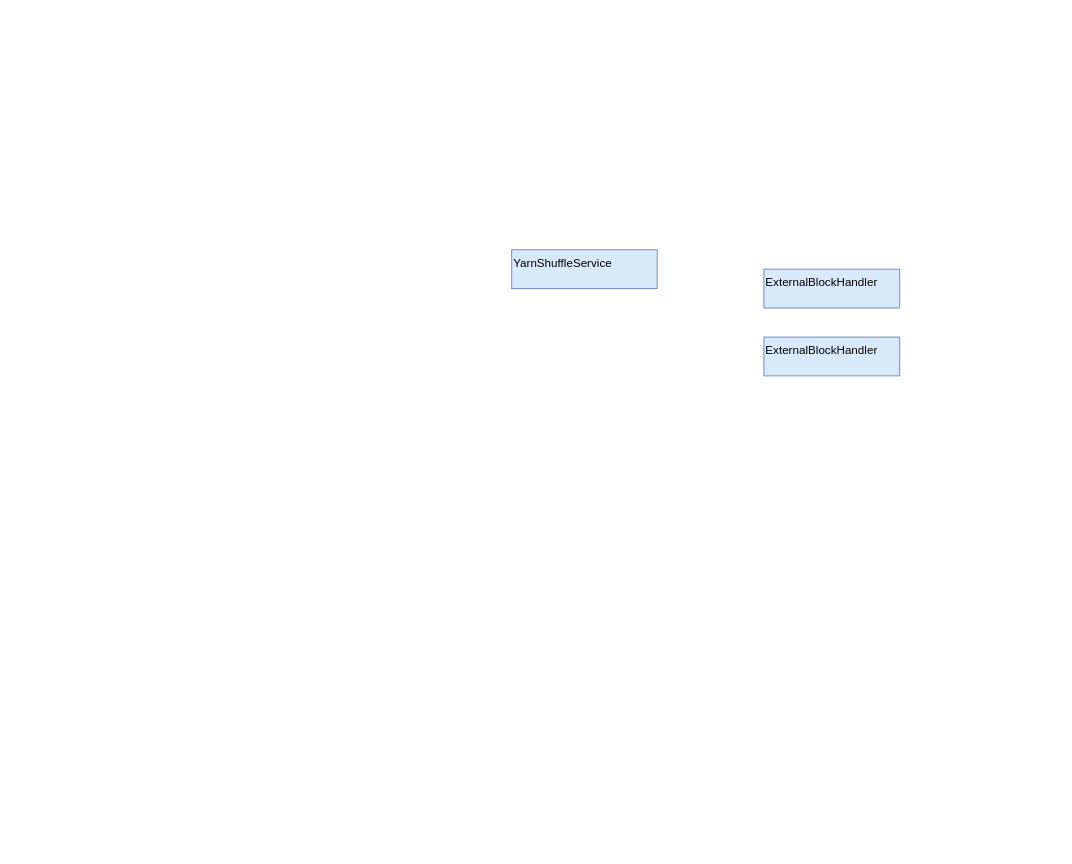
Earlier version of the draw.io diagram me-test/drawio/Spark ESS.drawio (vajaw/spark-3.1.2). Source tidied: cells renumbered, new cells numbered last; positions are measured from the earlier drawing's top-left corner, leaving out a move shared by most shapes. Both pictures are drawn from the tidied source at 97%, with x=0, y=0 at pixel (511, 191).
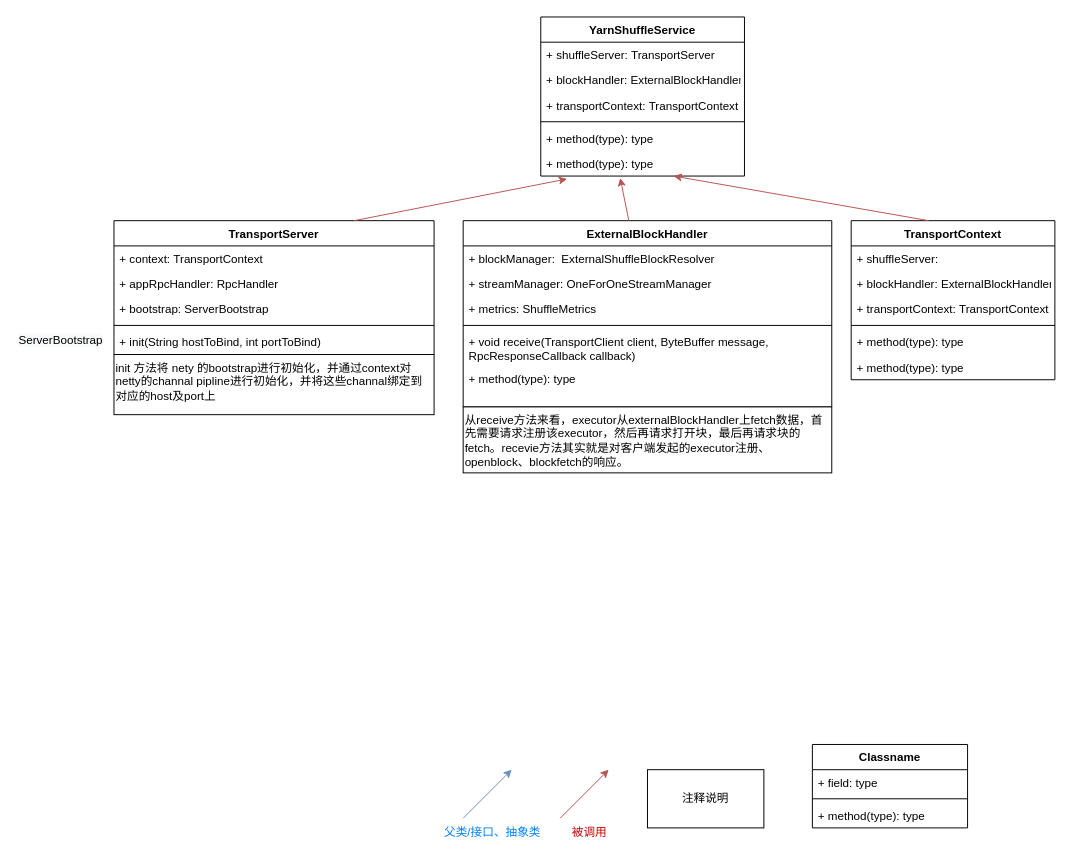
The same diagram, later.

Commit message:
Spark ESS 传输层流程图修改

Diff of the diagram source:
```diff
@@
+    <mxCell id="3" value="&lt;span style=&quot;color: rgb(186, 0, 0); font-family: monospace; font-size: 0px; font-style: normal; font-variant-ligatures: normal; font-variant-caps: normal; font-weight: 400; letter-spacing: normal; orphans: 2; text-align: left; text-indent: 0px; text-transform: none; widows: 2; word-spacing: 0px; -webkit-text-stroke-width: 0px; background-color: rgb(248, 249, 250); text-decoration-thickness: initial; text-decoration-style: initial; text-decoration-color: initial; float: none; display: inline !important;&quot;&gt;ExternalBlockHandler&lt;/span&gt;" style="text;whiteSpace=wrap;html=1;" parent="1" vertex="1">
+      <mxGeometry x="460" width="30" height="40" as="geometry" />
+    </mxCell>
-    <mxCell id="2" value="YarnShuffleService" style="rounded=0;whiteSpace=wrap;html=1;verticalAlign=top;align=left;fillColor=#dae8fc;strokeColor=#6c8ebf;" parent="1" vertex="1">
-      <mxGeometry y="60" width="150" height="40" as="geometry" />
+    <mxCell id="2" value="YarnShuffleService" style="swimlane;fontStyle=1;align=center;verticalAlign=top;horizontal=1;startSize=26;" parent="1" vertex="1">
+      <mxGeometry x="30" y="-180" width="210" height="164" as="geometry" />
     </mxCell>
-    <mxCell id="3" value="&lt;span style=&quot;color: rgb(186, 0, 0); font-family: monospace; font-size: 0px; font-style: normal; font-variant-ligatures: normal; font-variant-caps: normal; font-weight: 400; letter-spacing: normal; orphans: 2; text-align: left; text-indent: 0px; text-transform: none; widows: 2; word-spacing: 0px; -webkit-text-stroke-width: 0px; background-color: rgb(248, 249, 250); text-decoration-thickness: initial; text-decoration-style: initial; text-decoration-color: initial; float: none; display: inline !important;&quot;&gt;ExternalBlockHandler&lt;/span&gt;" style="text;whiteSpace=wrap;html=1;" parent="1" vertex="1">
-      <mxGeometry x="460" width="30" height="40" as="geometry" />
-    </mxCell>
-    <mxCell id="4" value="ExternalBlockHandler" style="rounded=0;whiteSpace=wrap;html=1;verticalAlign=top;align=left;fillColor=#dae8fc;strokeColor=#6c8ebf;" parent="1" vertex="1">
-      <mxGeometry x="260" y="80" width="140" height="40" as="geometry" />
-    </mxCell>
-    <mxCell id="5" value="ExternalBlockHandler" style="rounded=0;whiteSpace=wrap;html=1;verticalAlign=top;align=left;fillColor=#dae8fc;strokeColor=#6c8ebf;" parent="1" vertex="1">
-      <mxGeometry x="260" y="150" width="140" height="40" as="geometry" />
-    </mxCell>
+    <mxCell id="6" value="+ shuffleServer: TransportServer" style="text;strokeColor=none;fillColor=none;align=left;verticalAlign=top;spacingLeft=4;spacingRight=4;overflow=hidden;" parent="2" vertex="1">
+      <mxGeometry y="26" width="210" height="26" as="geometry" />
+    </mxCell>
+    <mxCell id="7" value="+ blockHandler: ExternalBlockHandler" style="text;strokeColor=none;fillColor=none;align=left;verticalAlign=top;spacingLeft=4;spacingRight=4;overflow=hidden;" parent="2" vertex="1">
+      <mxGeometry y="52" width="210" height="26" as="geometry" />
+    </mxCell>
+    <mxCell id="8" value="+ transportContext: TransportContext" style="text;strokeColor=none;fillColor=none;align=left;verticalAlign=top;spacingLeft=4;spacingRight=4;overflow=hidden;" parent="2" vertex="1">
+      <mxGeometry y="78" width="210" height="26" as="geometry" />
+    </mxCell>
+    <mxCell id="9" style="line;strokeWidth=1;fillColor=none;align=left;verticalAlign=middle;spacingTop=-1;spacingLeft=3;spacingRight=3;labelPosition=right;strokeColor=inherit;" parent="2" vertex="1">
+      <mxGeometry y="104" width="210" height="8" as="geometry" />
+    </mxCell>
+    <mxCell id="10" value="+ method(type): type" style="text;strokeColor=none;fillColor=none;align=left;verticalAlign=top;spacingLeft=4;spacingRight=4;overflow=hidden;" parent="2" vertex="1">
+      <mxGeometry y="112" width="210" height="26" as="geometry" />
+    </mxCell>
+    <mxCell id="11" value="+ method(type): type" style="text;strokeColor=none;fillColor=none;align=left;verticalAlign=top;spacingLeft=4;spacingRight=4;overflow=hidden;points=[[0,0.5],[1,0.5]];portConstraint=eastwest;" parent="2" vertex="1">
+      <mxGeometry y="138" width="210" height="26" as="geometry" />
+    </mxCell>
+    <mxCell id="12" value="TransportServer" style="swimlane;fontStyle=1;align=center;verticalAlign=top;horizontal=1;startSize=26;" parent="1" vertex="1">
+      <mxGeometry x="-410" y="30" width="330" height="138" as="geometry" />
+    </mxCell>
+    <mxCell id="13" value="+ context: TransportContext" style="text;strokeColor=none;fillColor=none;align=left;verticalAlign=top;spacingLeft=4;spacingRight=4;overflow=hidden;" parent="12" vertex="1">
+      <mxGeometry y="26" width="330" height="26" as="geometry" />
+    </mxCell>
+    <mxCell id="14" value="+ appRpcHandler: RpcHandler" style="text;strokeColor=none;fillColor=none;align=left;verticalAlign=top;spacingLeft=4;spacingRight=4;overflow=hidden;" parent="12" vertex="1">
+      <mxGeometry y="52" width="330" height="26" as="geometry" />
+    </mxCell>
+    <mxCell id="15" value="+ bootstrap: ServerBootstrap" style="text;strokeColor=none;fillColor=none;align=left;verticalAlign=top;spacingLeft=4;spacingRight=4;overflow=hidden;" parent="12" vertex="1">
+      <mxGeometry y="78" width="330" height="26" as="geometry" />
+    </mxCell>
+    <mxCell id="16" style="line;strokeWidth=1;fillColor=none;align=left;verticalAlign=middle;spacingTop=-1;spacingLeft=3;spacingRight=3;labelPosition=right;strokeColor=inherit;" parent="12" vertex="1">
+      <mxGeometry y="104" width="330" height="8" as="geometry" />
+    </mxCell>
+    <mxCell id="17" value="+ init(String hostToBind, int portToBind)" style="text;strokeColor=none;fillColor=none;align=left;verticalAlign=top;spacingLeft=4;spacingRight=4;overflow=hidden;" parent="12" vertex="1">
+      <mxGeometry y="112" width="330" height="26" as="geometry" />
+    </mxCell>
+    <mxCell id="18" value="TransportContext" style="swimlane;fontStyle=1;align=center;verticalAlign=top;horizontal=1;startSize=26;" parent="1" vertex="1">
+      <mxGeometry x="350" y="30" width="210" height="164" as="geometry" />
+    </mxCell>
+    <mxCell id="19" value="+ shuffleServer: " style="text;strokeColor=none;fillColor=none;align=left;verticalAlign=top;spacingLeft=4;spacingRight=4;overflow=hidden;" parent="18" vertex="1">
+      <mxGeometry y="26" width="210" height="26" as="geometry" />
+    </mxCell>
+    <mxCell id="20" value="+ blockHandler: ExternalBlockHandler" style="text;strokeColor=none;fillColor=none;align=left;verticalAlign=top;spacingLeft=4;spacingRight=4;overflow=hidden;" parent="18" vertex="1">
+      <mxGeometry y="52" width="210" height="26" as="geometry" />
+    </mxCell>
+    <mxCell id="21" value="+ transportContext: TransportContext" style="text;strokeColor=none;fillColor=none;align=left;verticalAlign=top;spacingLeft=4;spacingRight=4;overflow=hidden;" parent="18" vertex="1">
+      <mxGeometry y="78" width="210" height="26" as="geometry" />
+    </mxCell>
+    <mxCell id="22" style="line;strokeWidth=1;fillColor=none;align=left;verticalAlign=middle;spacingTop=-1;spacingLeft=3;spacingRight=3;labelPosition=right;strokeColor=inherit;" parent="18" vertex="1">
+      <mxGeometry y="104" width="210" height="8" as="geometry" />
+    </mxCell>
+    <mxCell id="23" value="+ method(type): type" style="text;strokeColor=none;fillColor=none;align=left;verticalAlign=top;spacingLeft=4;spacingRight=4;overflow=hidden;" parent="18" vertex="1">
+      <mxGeometry y="112" width="210" height="26" as="geometry" />
+    </mxCell>
+    <mxCell id="24" value="+ method(type): type" style="text;strokeColor=none;fillColor=none;align=left;verticalAlign=top;spacingLeft=4;spacingRight=4;overflow=hidden;" parent="18" vertex="1">
+      <mxGeometry y="138" width="210" height="26" as="geometry" />
+    </mxCell>
+    <mxCell id="25" value="ExternalBlockHandler" style="swimlane;fontStyle=1;align=center;verticalAlign=top;horizontal=1;startSize=26;" parent="1" vertex="1">
+      <mxGeometry x="-50" y="30" width="380" height="192" as="geometry" />
+    </mxCell>
+    <mxCell id="26" value="+ blockManager:  ExternalShuffleBlockResolver" style="text;strokeColor=none;fillColor=none;align=left;verticalAlign=top;spacingLeft=4;spacingRight=4;overflow=hidden;" parent="25" vertex="1">
+      <mxGeometry y="26" width="380" height="26" as="geometry" />
+    </mxCell>
+    <mxCell id="27" value="+ streamManager: OneForOneStreamManager" style="text;strokeColor=none;fillColor=none;align=left;verticalAlign=top;spacingLeft=4;spacingRight=4;overflow=hidden;" parent="25" vertex="1">
+      <mxGeometry y="52" width="380" height="26" as="geometry" />
+    </mxCell>
+    <mxCell id="28" value="+ metrics: ShuffleMetrics" style="text;strokeColor=none;fillColor=none;align=left;verticalAlign=top;spacingLeft=4;spacingRight=4;overflow=hidden;" parent="25" vertex="1">
+      <mxGeometry y="78" width="380" height="26" as="geometry" />
+    </mxCell>
+    <mxCell id="29" style="line;strokeWidth=1;fillColor=none;align=left;verticalAlign=middle;spacingTop=-1;spacingLeft=3;spacingRight=3;labelPosition=right;strokeColor=inherit;" parent="25" vertex="1">
+      <mxGeometry y="104" width="380" height="8" as="geometry" />
+    </mxCell>
+    <mxCell id="30" value="+ void receive(TransportClient client, ByteBuffer message,&#10;RpcResponseCallback callback)" style="text;strokeColor=none;fillColor=none;align=left;verticalAlign=top;spacingLeft=4;spacingRight=4;overflow=hidden;" parent="25" vertex="1">
+      <mxGeometry y="112" width="380" height="38" as="geometry" />
+    </mxCell>
+    <mxCell id="31" value="+ method(type): type" style="text;strokeColor=none;fillColor=none;align=left;verticalAlign=top;spacingLeft=4;spacingRight=4;overflow=hidden;" parent="25" vertex="1">
+      <mxGeometry y="150" width="380" height="42" as="geometry" />
+    </mxCell>
+    <mxCell id="32" style="endArrow=classic;html=1;rounded=0;fillColor=#dae8fc;strokeColor=#6c8ebf;" parent="1" edge="1">
+      <mxGeometry relative="1" as="geometry">
+        <mxPoint x="-50" y="646" as="sourcePoint" />
+        <mxPoint y="596" as="targetPoint" />
+      </mxGeometry>
+    </mxCell>
+    <mxCell id="33" style="endArrow=classic;html=1;rounded=0;fillColor=#f8cecc;strokeColor=#b85450;" parent="1" edge="1">
+      <mxGeometry relative="1" as="geometry">
+        <mxPoint x="50" y="646" as="sourcePoint" />
+        <mxPoint x="100" y="596" as="targetPoint" />
+      </mxGeometry>
+    </mxCell>
+    <mxCell id="34" value="父类/接口、抽象类" style="text;html=1;align=center;verticalAlign=middle;strokeColor=none;fillColor=none;fontColor=#007FFF;" parent="1" vertex="1">
+      <mxGeometry x="-80" y="646" width="120" height="30" as="geometry" />
+    </mxCell>
+    <mxCell id="35" value="&lt;font color=&quot;#cc0000&quot;&gt;被调用&lt;br&gt;&lt;/font&gt;" style="text;html=1;align=center;verticalAlign=middle;strokeColor=none;fillColor=none;fontColor=#007FFF;" parent="1" vertex="1">
+      <mxGeometry x="50" y="646" width="60" height="30" as="geometry" />
+    </mxCell>
+    <mxCell id="36" style="endArrow=classic;html=1;rounded=0;fillColor=#f8cecc;strokeColor=#b85450;exitX=0.75;exitY=0;exitDx=0;exitDy=0;entryX=0.129;entryY=1.115;entryDx=0;entryDy=0;entryPerimeter=0;" parent="1" edge="1" source="12" target="11">
+      <mxGeometry relative="1" as="geometry" />
+    </mxCell>
+    <mxCell id="37" style="endArrow=classic;html=1;rounded=0;fillColor=#f8cecc;strokeColor=#b85450;entryX=0.39;entryY=1.077;entryDx=0;entryDy=0;entryPerimeter=0;" parent="1" edge="1" source="25" target="11">
+      <mxGeometry relative="1" as="geometry" />
+    </mxCell>
+    <mxCell id="38" style="endArrow=classic;html=1;rounded=0;fillColor=#f8cecc;strokeColor=#b85450;entryX=0.652;entryY=1;entryDx=0;entryDy=0;entryPerimeter=0;exitX=0.381;exitY=0;exitDx=0;exitDy=0;exitPerimeter=0;" parent="1" edge="1" source="18" target="11">
+      <mxGeometry relative="1" as="geometry" />
+    </mxCell>
+    <mxCell id="39" value="注释说明" style="rounded=0;whiteSpace=wrap;html=1;" parent="1" vertex="1">
+      <mxGeometry x="140" y="596" width="120" height="60" as="geometry" />
+    </mxCell>
+    <mxCell id="40" value="Classname" style="swimlane;fontStyle=1;align=center;verticalAlign=top;horizontal=1;startSize=26;fontColor=#000000;strokeColor=#000000;" parent="1" vertex="1">
+      <mxGeometry x="310" y="570" width="160" height="86" as="geometry" />
+    </mxCell>
+    <mxCell id="41" value="+ field: type" style="text;strokeColor=none;fillColor=none;align=left;verticalAlign=top;spacingLeft=4;spacingRight=4;overflow=hidden;fontColor=#000000;" parent="40" vertex="1">
+      <mxGeometry y="26" width="160" height="26" as="geometry" />
+    </mxCell>
+    <mxCell id="42" style="line;strokeWidth=1;fillColor=none;align=left;verticalAlign=middle;spacingTop=-1;spacingLeft=3;spacingRight=3;labelPosition=right;strokeColor=inherit;fontColor=#CC0000;" parent="40" vertex="1">
+      <mxGeometry y="52" width="160" height="8" as="geometry" />
+    </mxCell>
+    <mxCell id="43" value="+ method(type): type" style="text;strokeColor=none;fillColor=none;align=left;verticalAlign=top;spacingLeft=4;spacingRight=4;overflow=hidden;fontColor=#000000;" parent="40" vertex="1">
+      <mxGeometry y="60" width="160" height="26" as="geometry" />
+    </mxCell>
+    <mxCell id="44" value="从receive方法来看，executor从externalBlockHandler上fetch数据，首先需要请求注册该executor，然后再请求打开块，最后再请求块的fetch。recevie方法其实就是对客户端发起的executor注册、openblock、blockfetch的响应。" style="rounded=0;whiteSpace=wrap;html=1;align=left;verticalAlign=top;" parent="1" vertex="1">
+      <mxGeometry x="-50" y="222" width="380" height="68" as="geometry" />
+    </mxCell>
+    <mxCell id="45" value="&lt;span style=&quot;color: rgb(0, 0, 0); font-family: Helvetica; font-size: 12px; font-style: normal; font-variant-ligatures: normal; font-variant-caps: normal; font-weight: 400; letter-spacing: normal; orphans: 2; text-align: left; text-indent: 0px; text-transform: none; widows: 2; word-spacing: 0px; -webkit-text-stroke-width: 0px; background-color: rgb(248, 249, 250); text-decoration-thickness: initial; text-decoration-style: initial; text-decoration-color: initial; float: none; display: inline !important;&quot;&gt;ServerBootstrap&lt;/span&gt;" style="text;whiteSpace=wrap;html=1;fontColor=#000000;" parent="1" vertex="1">
+      <mxGeometry x="-510" y="140" width="120" height="40" as="geometry" />
+    </mxCell>
+    <mxCell id="46" value="init 方法将 nety 的&lt;span style=&quot;&quot;&gt;bootstrap进行初始化，并通过context对netty的channal pipline进行初始化，并将这些channal绑定到对应的host及port上&lt;/span&gt;" style="rounded=0;whiteSpace=wrap;html=1;align=left;verticalAlign=top;" parent="1" vertex="1">
+      <mxGeometry x="-410" y="168" width="330" height="62" as="geometry" />
+    </mxCell>
```
